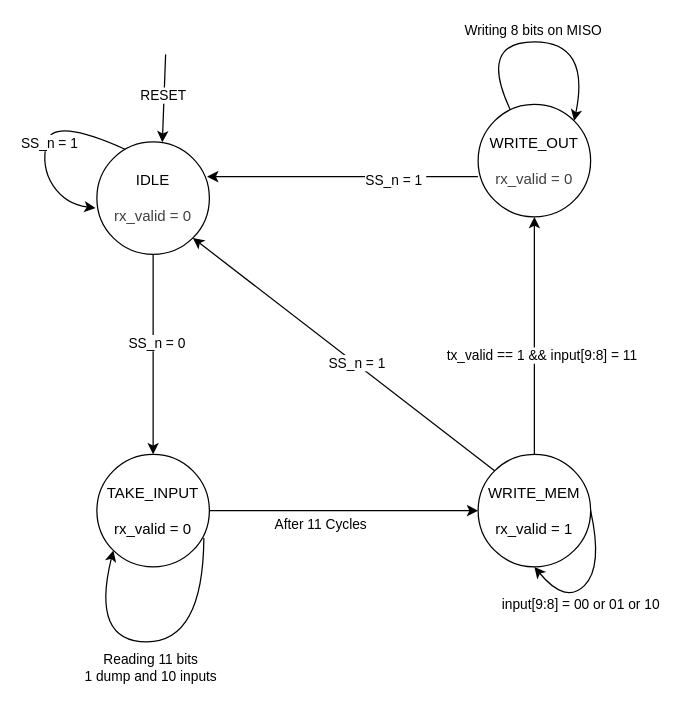
The draw.io diagram SPI_Slave_Interface/files/FSM.dio in salah0eldin/Digital-Projects, before the edit. Source tidied: cells renumbered, new cells numbered last; positions are measured from the earlier drawing's top-left corner, leaving out a move shared by most shapes. Both pictures are drawn from the tidied source at 125%, with x=0, y=0 at pixel (40, 41).
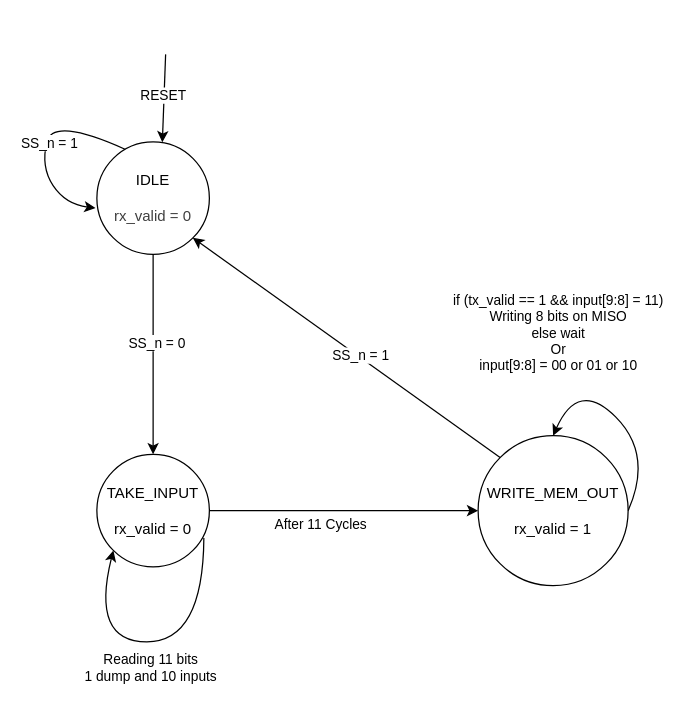
After the change.

Unchanged cells that the change refers to:
```xml
<mxCell id="4" value="IDLE&lt;div&gt;&lt;br&gt;&lt;/div&gt;&lt;div&gt;&lt;span style=&quot;color: rgb(63, 63, 63);&quot;&gt;rx_valid = 0&lt;/span&gt;&lt;br&gt;&lt;/div&gt;" style="ellipse;whiteSpace=wrap;html=1;" parent="1" vertex="1">
  <mxGeometry x="45" y="80" width="90" height="90" as="geometry" />
</mxCell>
```

Diff of the diagram source:
```diff
@@
-    <mxCell id="14" style="edgeStyle=none;html=1;entryX=0.5;entryY=1;entryDx=0;entryDy=0;" parent="1" edge="1" source="15" target="21">
-      <mxGeometry relative="1" as="geometry" />
-    </mxCell>
-    <mxCell id="15" value="WRITE_MEM&lt;div&gt;&lt;br&gt;&lt;/div&gt;&lt;div&gt;rx_valid = 1&lt;/div&gt;" style="ellipse;whiteSpace=wrap;html=1;" parent="1" vertex="1">
-      <mxGeometry x="350" y="330" width="90" height="90" as="geometry" />
+    <mxCell id="15" value="WRITE_MEM_OUT&lt;div&gt;&lt;br&gt;&lt;/div&gt;&lt;div&gt;rx_valid = 1&lt;/div&gt;" style="ellipse;whiteSpace=wrap;html=1;" parent="1" vertex="1">
+      <mxGeometry x="350" y="315" width="120" height="120" as="geometry" />
     </mxCell>
-    <mxCell id="16" value="tx_valid == 1 &amp;amp;&amp;amp; input[9:8] = 11" style="edgeLabel;html=1;align=center;verticalAlign=middle;rotation=0;" parent="1" vertex="1">
-      <mxGeometry x="400" y="250" as="geometry" />
-    </mxCell>
-    <mxCell id="17" style="curved=1;endArrow=classic;html=1;entryX=0.5;entryY=1;entryDx=0;entryDy=0;exitX=1;exitY=0.5;exitDx=0;exitDy=0;" parent="1" edge="1" source="15" target="15">
+    <mxCell id="17" style="curved=1;endArrow=classic;html=1;entryX=0.5;entryY=0;entryDx=0;entryDy=0;exitX=1;exitY=0.5;exitDx=0;exitDy=0;" parent="1" edge="1" source="15" target="15">
       <mxGeometry relative="1" as="geometry">
         <Array as="points">
-          <mxPoint x="450" y="420" />
-          <mxPoint x="420" y="450" />
+          <mxPoint x="490" y="330" />
+          <mxPoint x="430" y="270" />
         </Array>
       </mxGeometry>
     </mxCell>
-    <mxCell id="18" value="&lt;div&gt;&lt;span style=&quot;color: rgb(0, 0, 0);&quot;&gt;input[9:8] = 00 or 01 or 10&lt;/span&gt;&lt;br&gt;&lt;/div&gt;" style="edgeLabel;html=1;align=center;verticalAlign=middle;" parent="17" vertex="1">
+    <mxCell id="18" value="&lt;div&gt;&lt;br&gt;&lt;/div&gt;" style="edgeLabel;html=1;align=center;verticalAlign=middle;" parent="17" vertex="1">
       <mxGeometry x="0.06" y="1" relative="1" as="geometry">
         <mxPoint x="-4" y="13" as="offset" />
       </mxGeometry>
     </mxCell>
@@
-    <mxCell id="21" value="WRITE_OUT&lt;div&gt;&lt;br&gt;&lt;/div&gt;&lt;div&gt;&lt;span style=&quot;color: rgb(63, 63, 63);&quot;&gt;rx_valid = 0&lt;/span&gt;&lt;br&gt;&lt;/div&gt;" style="ellipse;whiteSpace=wrap;html=1;" parent="1" vertex="1">
-      <mxGeometry x="350" y="50" width="90" height="90" as="geometry" />
-    </mxCell>
-    <mxCell id="22" style="endArrow=classic;html=1;exitX=-0.002;exitY=0.643;exitDx=0;exitDy=0;exitPerimeter=0;entryX=0.98;entryY=0.309;entryDx=0;entryDy=0;entryPerimeter=0;" parent="1" edge="1" source="21" target="4">
-      <mxGeometry relative="1" as="geometry" />
-    </mxCell>
-    <mxCell id="23" value="SS_n = 1&amp;nbsp;" style="edgeLabel;html=1;align=center;verticalAlign=middle;" parent="22" vertex="1">
-      <mxGeometry x="-0.39" y="3" relative="1" as="geometry" />
-    </mxCell>
-    <mxCell id="24" style="curved=1;endArrow=classic;html=1;entryX=1;entryY=0;entryDx=0;entryDy=0;" parent="1" edge="1" source="21" target="21">
-      <mxGeometry relative="1" as="geometry">
-        <Array as="points">
-          <mxPoint x="350" />
-          <mxPoint x="440" />
-        </Array>
-      </mxGeometry>
-    </mxCell>
-    <mxCell id="25" value="Writing 8 bits on MISO" style="edgeLabel;html=1;align=center;verticalAlign=middle;" parent="24" vertex="1">
-      <mxGeometry x="-0.06" y="-3" relative="1" as="geometry">
-        <mxPoint x="3" y="-13" as="offset" />
-      </mxGeometry>
-    </mxCell>
+    <mxCell id="26" value="if (tx_valid == 1 &amp;amp;&amp;amp; input[9:8] = 11)&lt;div&gt;&lt;span style=&quot;color: rgb(0, 0, 0);&quot;&gt;Writing 8 bits on MISO&lt;/span&gt;&lt;/div&gt;&lt;div&gt;&lt;span style=&quot;color: rgb(0, 0, 0);&quot;&gt;else wait&lt;/span&gt;&lt;/div&gt;&lt;div&gt;&lt;span style=&quot;color: rgb(0, 0, 0);&quot;&gt;Or&lt;/span&gt;&lt;/div&gt;&lt;div&gt;&lt;span style=&quot;color: rgb(0, 0, 0);&quot;&gt;&lt;span style=&quot;color: rgb(0, 0, 0);&quot;&gt;input[9:8] = 00 or 01 or 10&lt;/span&gt;&lt;/span&gt;&lt;/div&gt;" style="edgeLabel;html=1;align=center;verticalAlign=middle;rotation=0;" parent="1" vertex="1">
+      <mxGeometry x="420" y="250" as="geometry">
+        <mxPoint x="-7" y="-18" as="offset" />
+      </mxGeometry>
+    </mxCell>
```
